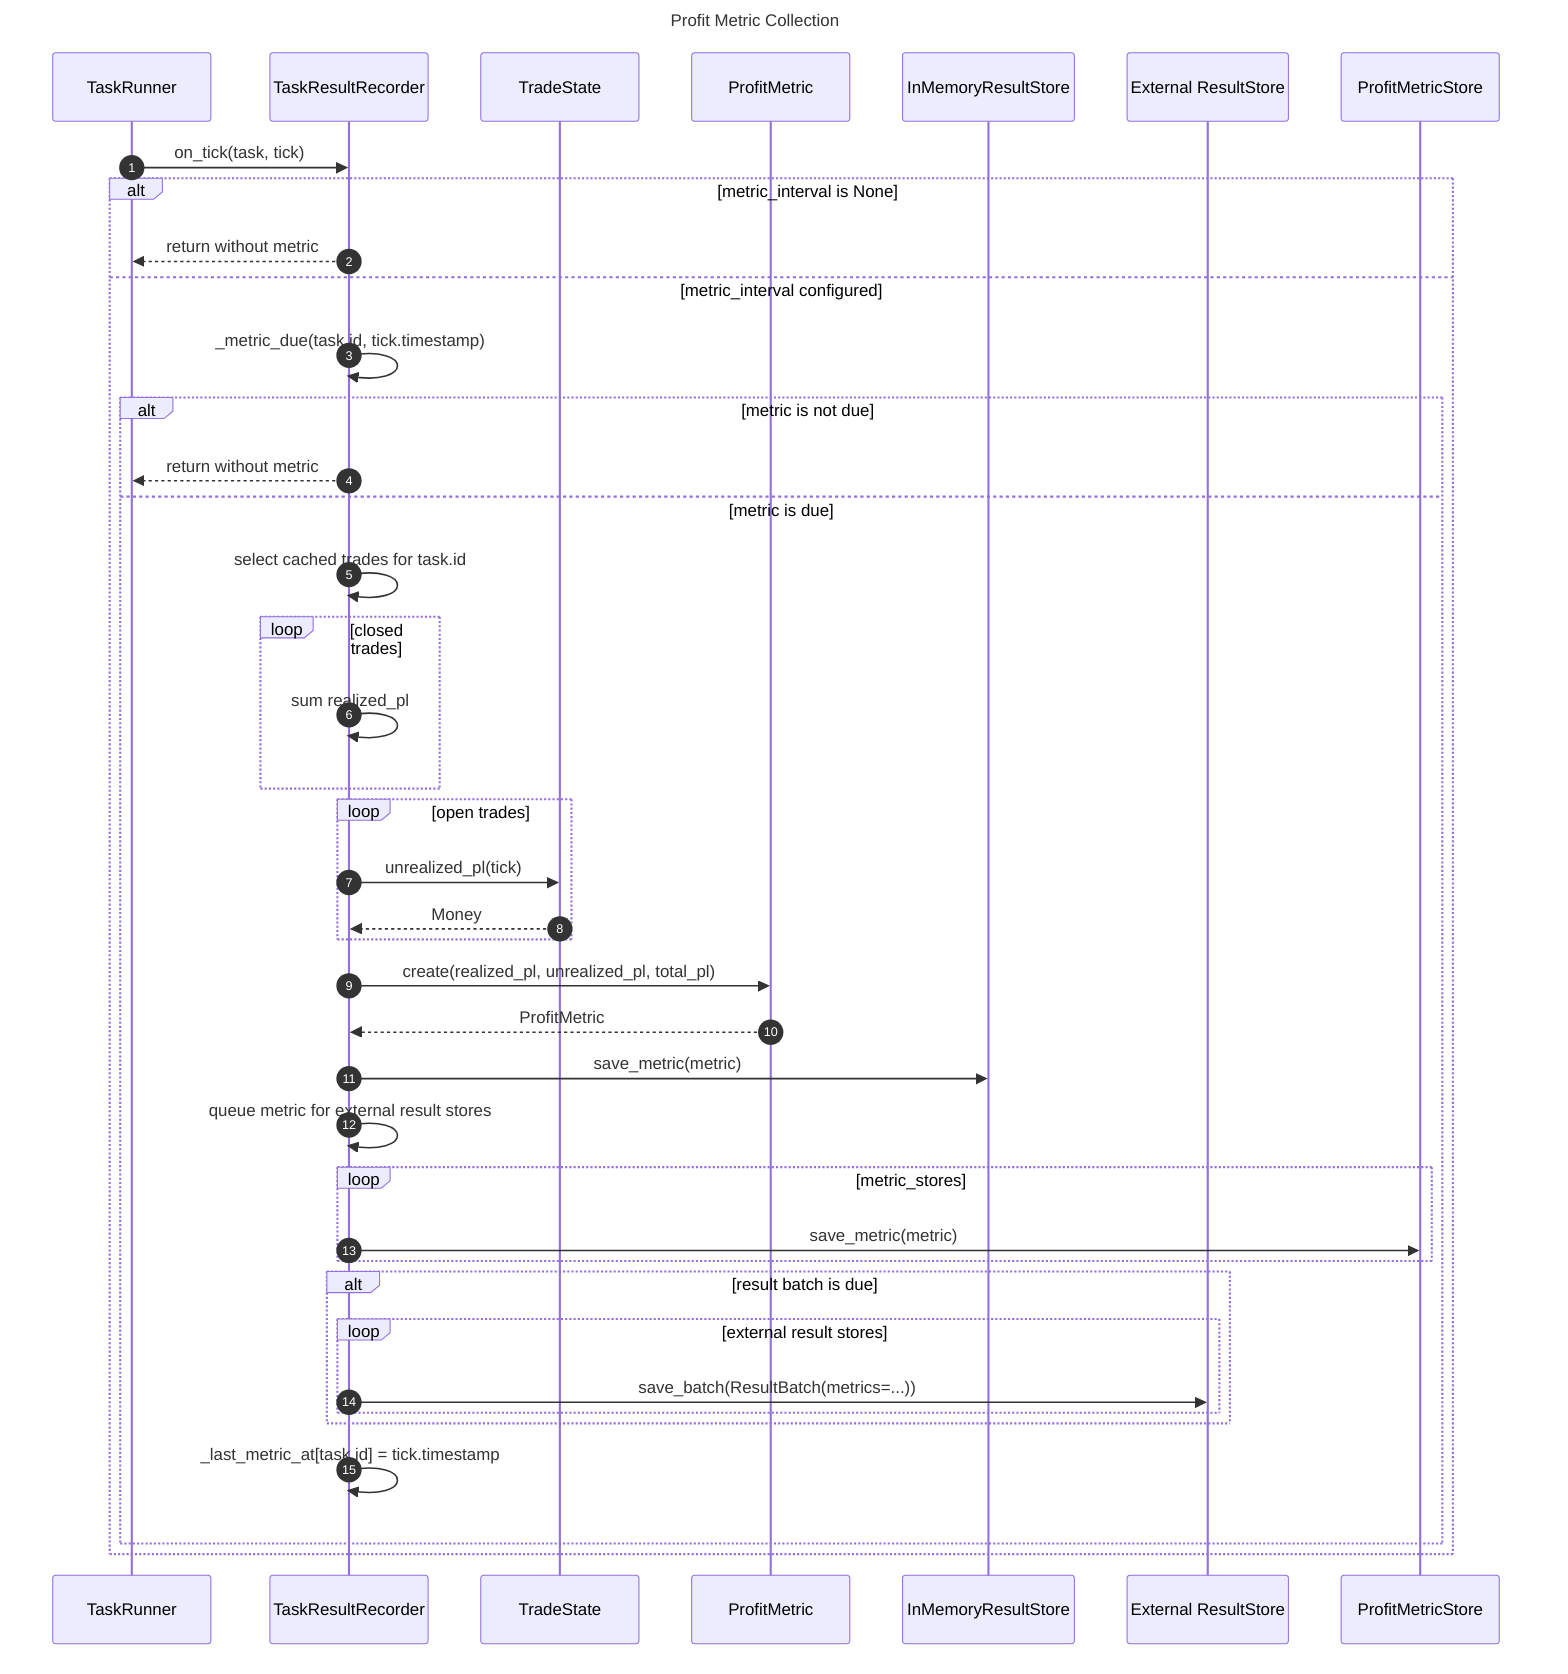
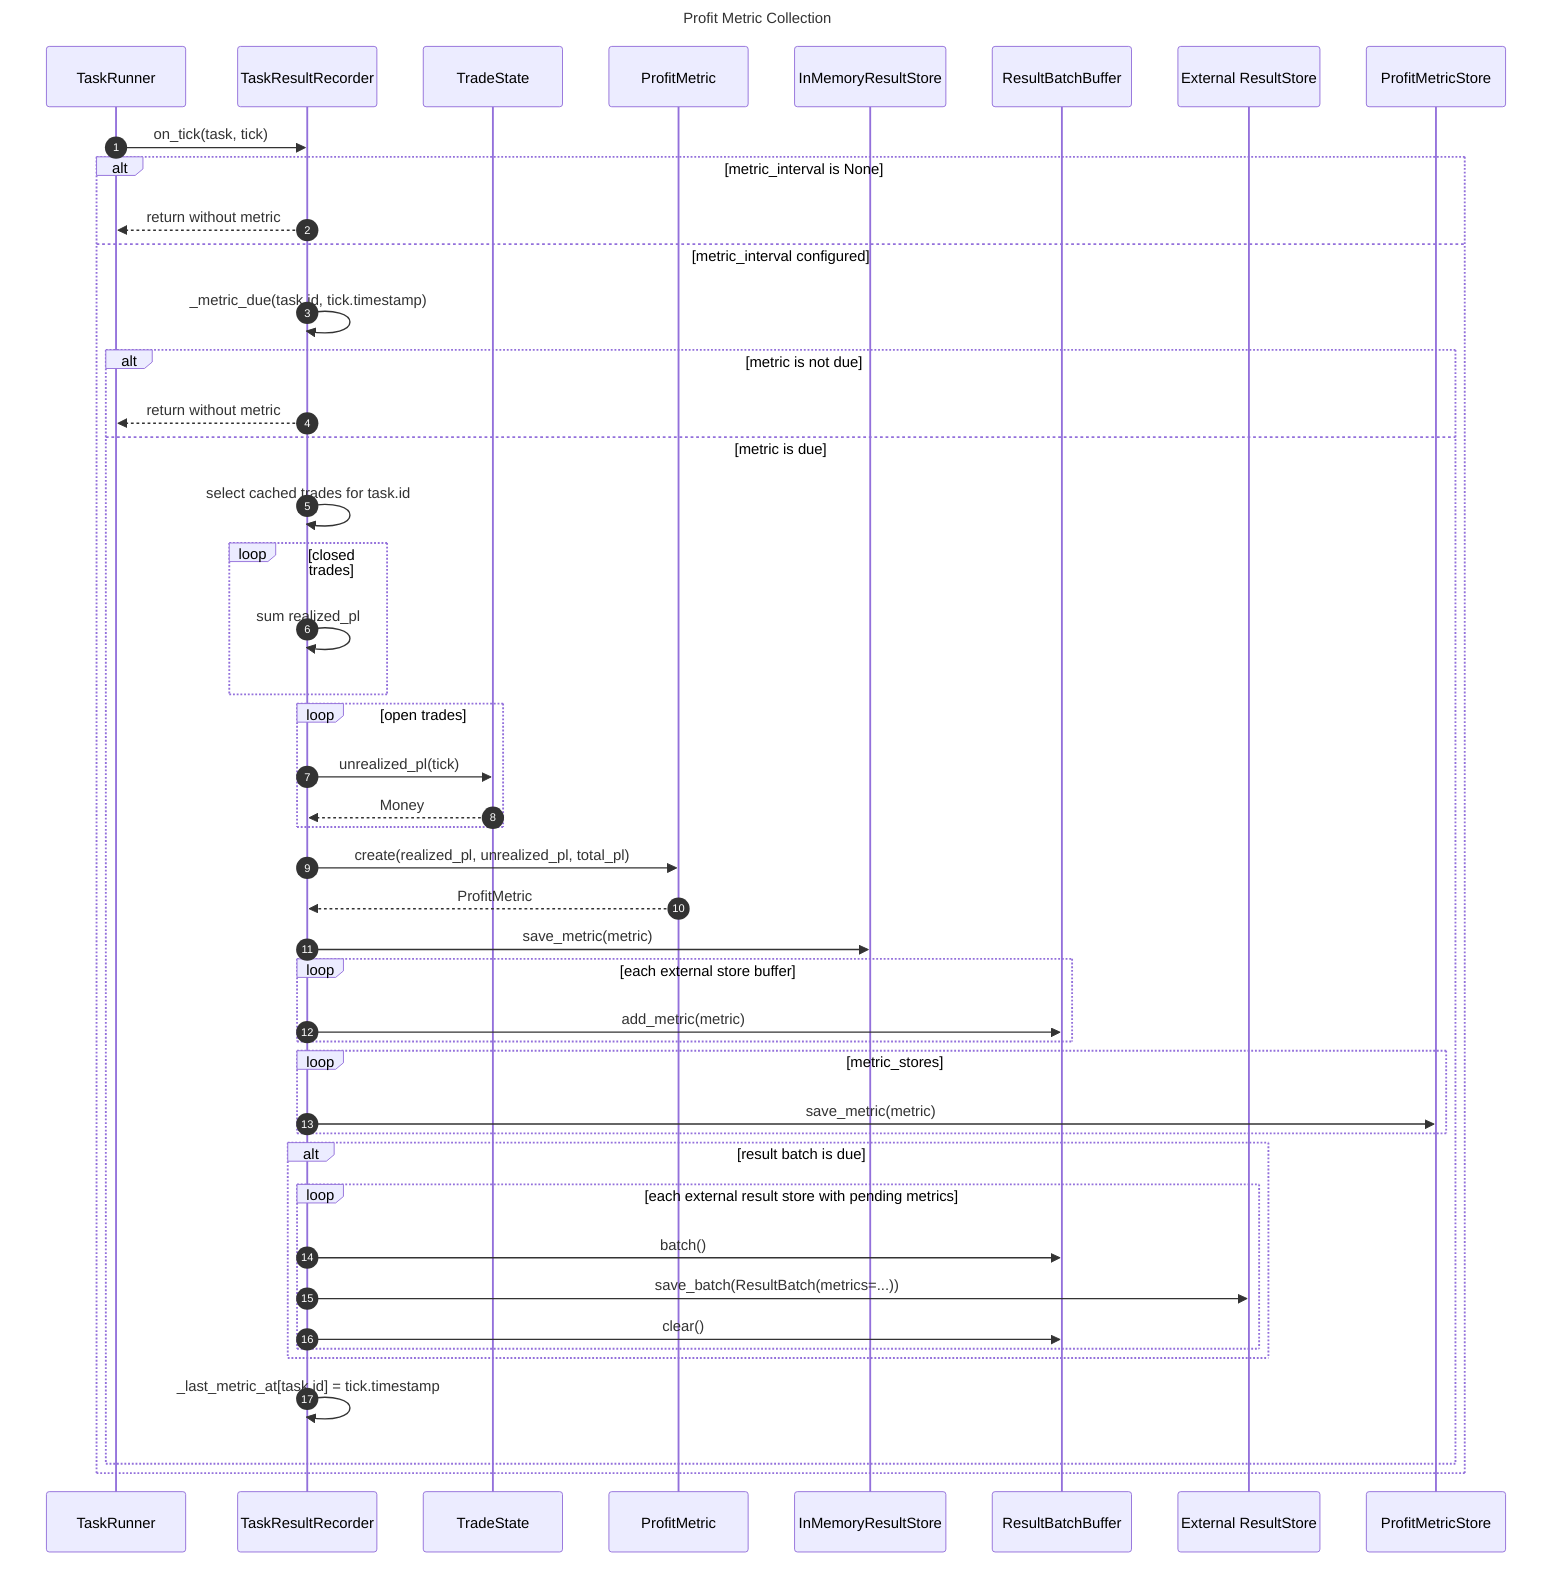
sequenceDiagram
    title Profit Metric Collection
    autonumber

    participant Runner as TaskRunner
    participant Recorder as TaskResultRecorder
    participant State as TradeState
    participant Metric as ProfitMetric
    participant Memory as InMemoryResultStore
+     participant Buffer as ResultBatchBuffer
    participant Store as External ResultStore
    participant MetricStore as ProfitMetricStore

    Runner->>Recorder: on_tick(task, tick)
    alt metric_interval is None
        Recorder-->>Runner: return without metric
    else metric_interval configured
        Recorder->>Recorder: _metric_due(task.id, tick.timestamp)
        alt metric is not due
            Recorder-->>Runner: return without metric
        else metric is due
            Recorder->>Recorder: select cached trades for task.id
            loop closed trades
                Recorder->>Recorder: sum realized_pl
            end
            loop open trades
                Recorder->>State: unrealized_pl(tick)
                State-->>Recorder: Money
            end
            Recorder->>Metric: create(realized_pl, unrealized_pl, total_pl)
            Metric-->>Recorder: ProfitMetric
            Recorder->>Memory: save_metric(metric)
-             Recorder->>Recorder: queue metric for external result stores
+             loop each external store buffer
+                 Recorder->>Buffer: add_metric(metric)
+             end
            loop metric_stores
                Recorder->>MetricStore: save_metric(metric)
            end
            alt result batch is due
-                 loop external result stores
+                 loop each external result store with pending metrics
+                     Recorder->>Buffer: batch()
                    Recorder->>Store: save_batch(ResultBatch(metrics=...))
+                     Recorder->>Buffer: clear()
                end
            end
            Recorder->>Recorder: _last_metric_at[task.id] = tick.timestamp
        end
    end
